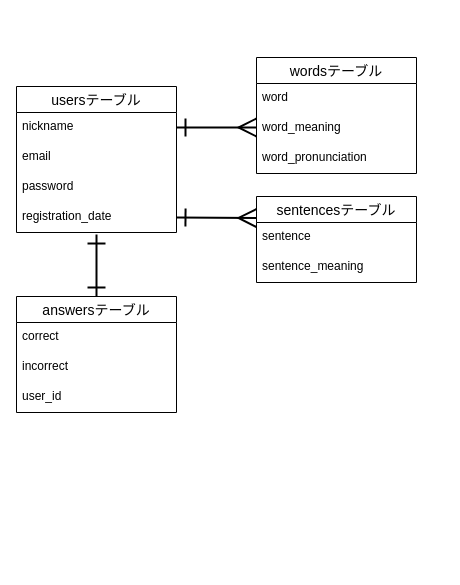
The draw.io diagram ER.dio in aya-tsubono/my-chinese-notebook, before the edit. Source tidied: cells renumbered, new cells numbered last; positions are measured from the earlier drawing's top-left corner, leaving out a move shared by most shapes. Both pictures are drawn from the tidied source at 100%, with x=0, y=0 at pixel (16, 57).
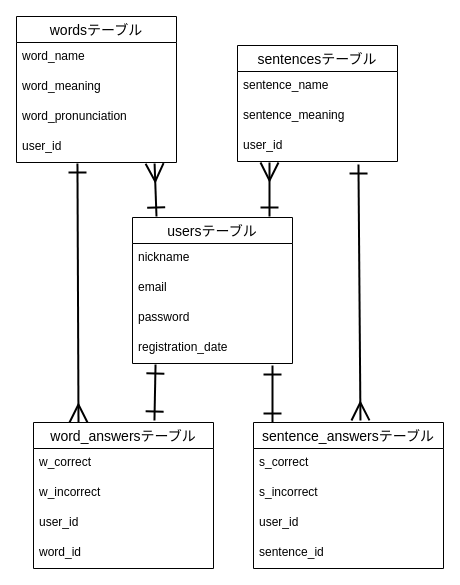
After the change.

The change refers to these unchanged cells:
```xml
<mxCell id="3" value="nickname" style="text;strokeColor=none;fillColor=none;spacingLeft=4;spacingRight=4;overflow=hidden;points=[[0,0.5],[1,0.5]];portConstraint=eastwest;fontSize=12;" parent="2" vertex="1">
  <mxGeometry y="26" width="160" height="30" as="geometry" />
</mxCell>
<mxCell id="6" value="registration_date" style="text;strokeColor=none;fillColor=none;spacingLeft=4;spacingRight=4;overflow=hidden;points=[[0,0.5],[1,0.5]];portConstraint=eastwest;fontSize=12;" parent="2" vertex="1">
  <mxGeometry y="116" width="160" height="30" as="geometry" />
</mxCell>
```

Diff of the diagram source:
```diff
@@
     <mxCell id="2" value="usersテーブル" style="swimlane;fontStyle=0;horizontal=1;startSize=26;align=center;fontSize=14;" parent="1" vertex="1">
-      <mxGeometry y="29" width="160" height="146" as="geometry" />
+      <mxGeometry x="116" y="160" width="160" height="146" as="geometry" />
     </mxCell>
@@
-    <mxCell id="7" value="answersテーブル" style="swimlane;fontStyle=0;horizontal=1;startSize=26;align=center;fontSize=14;" parent="1" vertex="1">
-      <mxGeometry y="239" width="160" height="116" as="geometry" />
+    <mxCell id="7" value="word_answersテーブル" style="swimlane;fontStyle=0;horizontal=1;startSize=26;align=center;fontSize=14;" parent="1" vertex="1">
+      <mxGeometry x="17" y="365" width="180" height="146" as="geometry" />
     </mxCell>
-    <mxCell id="8" value="correct" style="text;strokeColor=none;fillColor=none;spacingLeft=4;spacingRight=4;overflow=hidden;fontSize=12;" parent="7" vertex="1">
-      <mxGeometry y="26" width="160" height="30" as="geometry" />
+    <mxCell id="8" value="w_correct" style="text;strokeColor=none;fillColor=none;spacingLeft=4;spacingRight=4;overflow=hidden;fontSize=12;" parent="7" vertex="1">
+      <mxGeometry y="26" width="180" height="30" as="geometry" />
     </mxCell>
-    <mxCell id="9" value="incorrect" style="text;strokeColor=none;fillColor=none;spacingLeft=4;spacingRight=4;overflow=hidden;fontSize=12;" parent="7" vertex="1">
-      <mxGeometry y="56" width="160" height="30" as="geometry" />
+    <mxCell id="9" value="w_incorrect" style="text;strokeColor=none;fillColor=none;spacingLeft=4;spacingRight=4;overflow=hidden;fontSize=12;" parent="7" vertex="1">
+      <mxGeometry y="56" width="180" height="30" as="geometry" />
     </mxCell>
     <mxCell id="10" value="user_id" style="text;strokeColor=none;fillColor=none;spacingLeft=4;spacingRight=4;overflow=hidden;fontSize=12;" parent="7" vertex="1">
-      <mxGeometry y="86" width="160" height="30" as="geometry" />
+      <mxGeometry y="86" width="180" height="30" as="geometry" />
     </mxCell>
+    <mxCell id="21" value="word_id" style="text;strokeColor=none;fillColor=none;spacingLeft=4;spacingRight=4;overflow=hidden;fontSize=12;" parent="7" vertex="1">
+      <mxGeometry y="116" width="180" height="30" as="geometry" />
+    </mxCell>
     <mxCell id="11" value="wordsテーブル" style="swimlane;fontStyle=0;horizontal=1;startSize=26;align=center;fontSize=14;" parent="1" vertex="1">
-      <mxGeometry x="240" width="160" height="116" as="geometry" />
+      <mxGeometry y="-41" width="160" height="146" as="geometry" />
     </mxCell>
-    <mxCell id="12" value="word" style="text;strokeColor=none;fillColor=none;spacingLeft=4;spacingRight=4;overflow=hidden;fontSize=12;" parent="11" vertex="1">
+    <mxCell id="12" value="word_name" style="text;strokeColor=none;fillColor=none;spacingLeft=4;spacingRight=4;overflow=hidden;fontSize=12;" parent="11" vertex="1">
       <mxGeometry y="26" width="160" height="30" as="geometry" />
     </mxCell>
@@
+    <mxCell id="22" value="word_pronunciation" style="text;strokeColor=none;fillColor=none;spacingLeft=4;spacingRight=4;overflow=hidden;fontSize=12;" parent="11" vertex="1">
+      <mxGeometry y="86" width="160" height="30" as="geometry" />
+    </mxCell>
-    <mxCell id="14" value="word_pronunciation" style="text;strokeColor=none;fillColor=none;spacingLeft=4;spacingRight=4;overflow=hidden;points=[[0,0.5],[1,0.5]];portConstraint=eastwest;fontSize=12;" parent="11" vertex="1">
-      <mxGeometry y="86" width="160" height="30" as="geometry" />
+    <mxCell id="14" value="user_id" style="text;strokeColor=none;fillColor=none;spacingLeft=4;spacingRight=4;overflow=hidden;points=[[0,0.5],[1,0.5]];portConstraint=eastwest;fontSize=12;" parent="11" vertex="1">
+      <mxGeometry y="116" width="160" height="30" as="geometry" />
     </mxCell>
     <mxCell id="15" value="sentencesテーブル" style="swimlane;fontStyle=0;horizontal=1;startSize=26;align=center;fontSize=14;" parent="1" vertex="1">
-      <mxGeometry x="240" y="139" width="160" height="86" as="geometry" />
+      <mxGeometry x="221" y="-12" width="160" height="116" as="geometry" />
     </mxCell>
-    <mxCell id="16" value="sentence" style="text;strokeColor=none;fillColor=none;spacingLeft=4;spacingRight=4;overflow=hidden;fontSize=12;" parent="15" vertex="1">
+    <mxCell id="16" value="sentence_name" style="text;strokeColor=none;fillColor=none;spacingLeft=4;spacingRight=4;overflow=hidden;fontSize=12;" parent="15" vertex="1">
       <mxGeometry y="26" width="160" height="30" as="geometry" />
     </mxCell>
@@
+    <mxCell id="23" value="user_id" style="text;strokeColor=none;fillColor=none;spacingLeft=4;spacingRight=4;overflow=hidden;points=[[0,0.5],[1,0.5]];portConstraint=eastwest;fontSize=12;" parent="15" vertex="1">
+      <mxGeometry y="86" width="160" height="30" as="geometry" />
+    </mxCell>
-    <mxCell id="18" style="edgeStyle=none;html=1;exitX=1;exitY=0.5;exitDx=0;exitDy=0;startArrow=ERone;startFill=0;endArrow=ERmany;endFill=0;strokeWidth=2;endSize=15;startSize=15;" parent="1" edge="1" source="3">
-      <mxGeometry relative="1" as="geometry">
-        <mxPoint x="240" y="70" as="targetPoint" />
-      </mxGeometry>
+    <mxCell id="18" style="edgeStyle=none;html=1;exitX=0.15;exitY=-0.007;exitDx=0;exitDy=0;startArrow=ERone;startFill=0;endArrow=ERmany;endFill=0;strokeWidth=2;endSize=15;startSize=15;entryX=0.863;entryY=1.033;entryDx=0;entryDy=0;entryPerimeter=0;exitPerimeter=0;" parent="1" edge="1" source="2" target="14">
+      <mxGeometry relative="1" as="geometry" />
     </mxCell>
-    <mxCell id="19" style="edgeStyle=none;html=1;exitX=1;exitY=0.5;exitDx=0;exitDy=0;entryX=0;entryY=0.25;entryDx=0;entryDy=0;startArrow=ERone;startFill=0;endArrow=ERmany;endFill=0;strokeWidth=2;endSize=15;startSize=15;" parent="1" edge="1" source="6" target="15">
-      <mxGeometry relative="1" as="geometry" />
+    <mxCell id="19" style="edgeStyle=none;html=1;entryX=0.2;entryY=1.033;entryDx=0;entryDy=0;startArrow=ERone;startFill=0;endArrow=ERmany;endFill=0;strokeWidth=2;endSize=15;startSize=15;entryPerimeter=0;" parent="1" edge="1" target="23">
+      <mxGeometry relative="1" as="geometry">
+        <mxPoint x="253" y="159" as="sourcePoint" />
+      </mxGeometry>
     </mxCell>
-    <mxCell id="20" style="edgeStyle=none;html=1;entryX=0.5;entryY=0;entryDx=0;entryDy=0;startArrow=ERone;startFill=0;endArrow=ERone;endFill=0;strokeWidth=2;endSize=15;startSize=15;exitX=0.5;exitY=1.067;exitDx=0;exitDy=0;exitPerimeter=0;" parent="1" edge="1" source="6" target="7">
+    <mxCell id="20" style="edgeStyle=none;html=1;entryX=0.672;entryY=-0.014;entryDx=0;entryDy=0;startArrow=ERone;startFill=0;endArrow=ERone;endFill=0;strokeWidth=2;endSize=15;startSize=15;entryPerimeter=0;exitX=0.144;exitY=1.033;exitDx=0;exitDy=0;exitPerimeter=0;" parent="1" edge="1" source="6" target="7">
       <mxGeometry relative="1" as="geometry" />
     </mxCell>
+    <mxCell id="24" value="sentence_answersテーブル" style="swimlane;fontStyle=0;horizontal=1;startSize=26;align=center;fontSize=14;" parent="1" vertex="1">
+      <mxGeometry x="237" y="365" width="190" height="146" as="geometry" />
+    </mxCell>
+    <mxCell id="25" value="s_correct" style="text;strokeColor=none;fillColor=none;spacingLeft=4;spacingRight=4;overflow=hidden;fontSize=12;" parent="24" vertex="1">
+      <mxGeometry y="26" width="190" height="30" as="geometry" />
+    </mxCell>
+    <mxCell id="26" value="s_incorrect" style="text;strokeColor=none;fillColor=none;spacingLeft=4;spacingRight=4;overflow=hidden;fontSize=12;" parent="24" vertex="1">
+      <mxGeometry y="56" width="190" height="30" as="geometry" />
+    </mxCell>
+    <mxCell id="27" value="user_id" style="text;strokeColor=none;fillColor=none;spacingLeft=4;spacingRight=4;overflow=hidden;fontSize=12;" parent="24" vertex="1">
+      <mxGeometry y="86" width="190" height="30" as="geometry" />
+    </mxCell>
+    <mxCell id="28" value="sentence_id" style="text;strokeColor=none;fillColor=none;spacingLeft=4;spacingRight=4;overflow=hidden;fontSize=12;" parent="24" vertex="1">
+      <mxGeometry y="116" width="190" height="30" as="geometry" />
+    </mxCell>
+    <mxCell id="29" style="edgeStyle=none;html=1;entryX=0.1;entryY=0;entryDx=0;entryDy=0;startArrow=ERone;startFill=0;endArrow=ERone;endFill=0;strokeWidth=2;endSize=15;startSize=15;exitX=0.875;exitY=1.067;exitDx=0;exitDy=0;exitPerimeter=0;entryPerimeter=0;" parent="1" edge="1" source="6" target="24">
+      <mxGeometry relative="1" as="geometry" />
+    </mxCell>
+    <mxCell id="30" style="edgeStyle=none;html=1;exitX=0.381;exitY=1.033;exitDx=0;exitDy=0;startArrow=ERone;startFill=0;endArrow=ERmany;endFill=0;strokeWidth=2;endSize=15;startSize=15;entryX=0.25;entryY=0;entryDx=0;entryDy=0;exitPerimeter=0;" parent="1" edge="1" source="14" target="7">
+      <mxGeometry relative="1" as="geometry" />
+    </mxCell>
+    <mxCell id="31" style="edgeStyle=none;html=1;exitX=0.756;exitY=1.1;exitDx=0;exitDy=0;startArrow=ERone;startFill=0;endArrow=ERmany;endFill=0;strokeWidth=2;endSize=15;startSize=15;exitPerimeter=0;entryX=0.563;entryY=-0.014;entryDx=0;entryDy=0;entryPerimeter=0;" parent="1" edge="1" source="23" target="24">
+      <mxGeometry relative="1" as="geometry" />
+    </mxCell>
```
